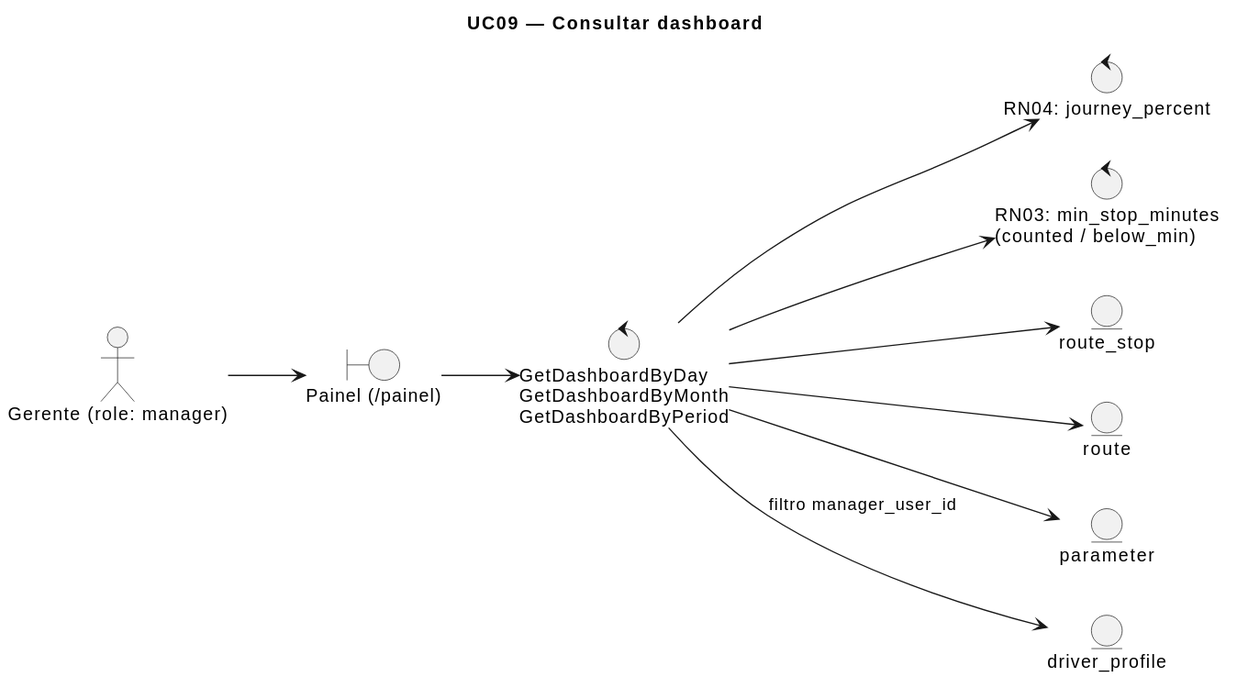
Earlier version of the PlantUML export docs/especificacao/diagrams/robustez-uc09-dashboard.svg (xendak/terminus).
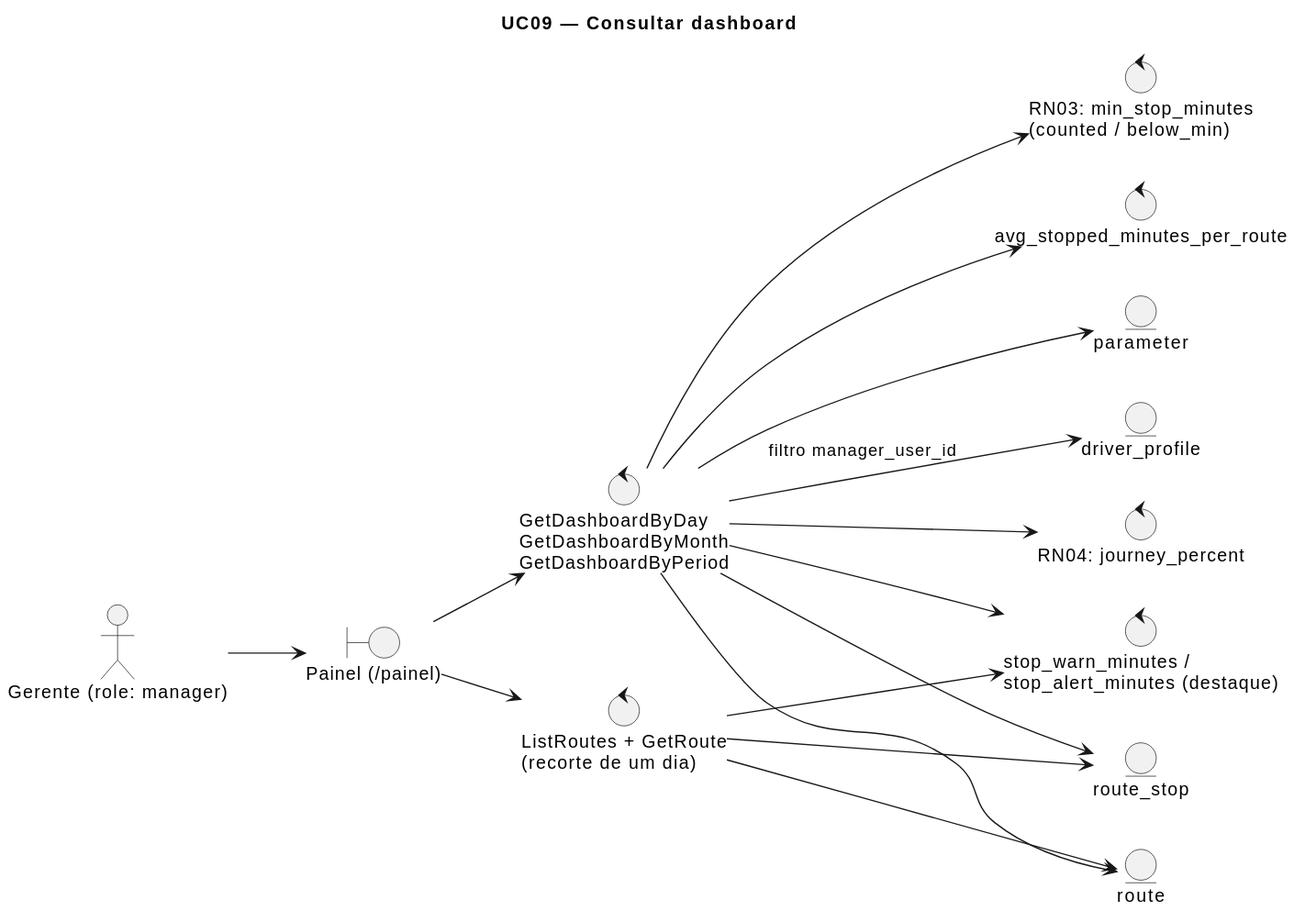
The same diagram one commit later.

Commit message:
docs: especificacao and README follow dashboard v2, stop thresholds and mean per route

Change to the diagram source:
```diff
@@ -8,6 +8,9 @@
 control "GetDashboardByDay\nGetDashboardByMonth\nGetDashboardByPeriod" as C1
 control "RN04: journey_percent" as C2
 control "RN03: min_stop_minutes\n(counted / below_min)" as C3
+control "avg_stopped_minutes_per_route" as C4
+control "ListRoutes + GetRoute\n(recorte de um dia)" as C5
+control "stop_warn_minutes /\nstop_alert_minutes (destaque)" as C6
 entity "route_stop" as E1
 entity "route" as E2
 entity "parameter" as E3
@@ -21,4 +24,10 @@
 C1 --> E4 : filtro manager_user_id
 C1 --> C2
 C1 --> C3
+C1 --> C4
+C1 --> C6
+B1 --> C5
+C5 --> E1
+C5 --> E2
+C5 --> C6
 @enduml
```
